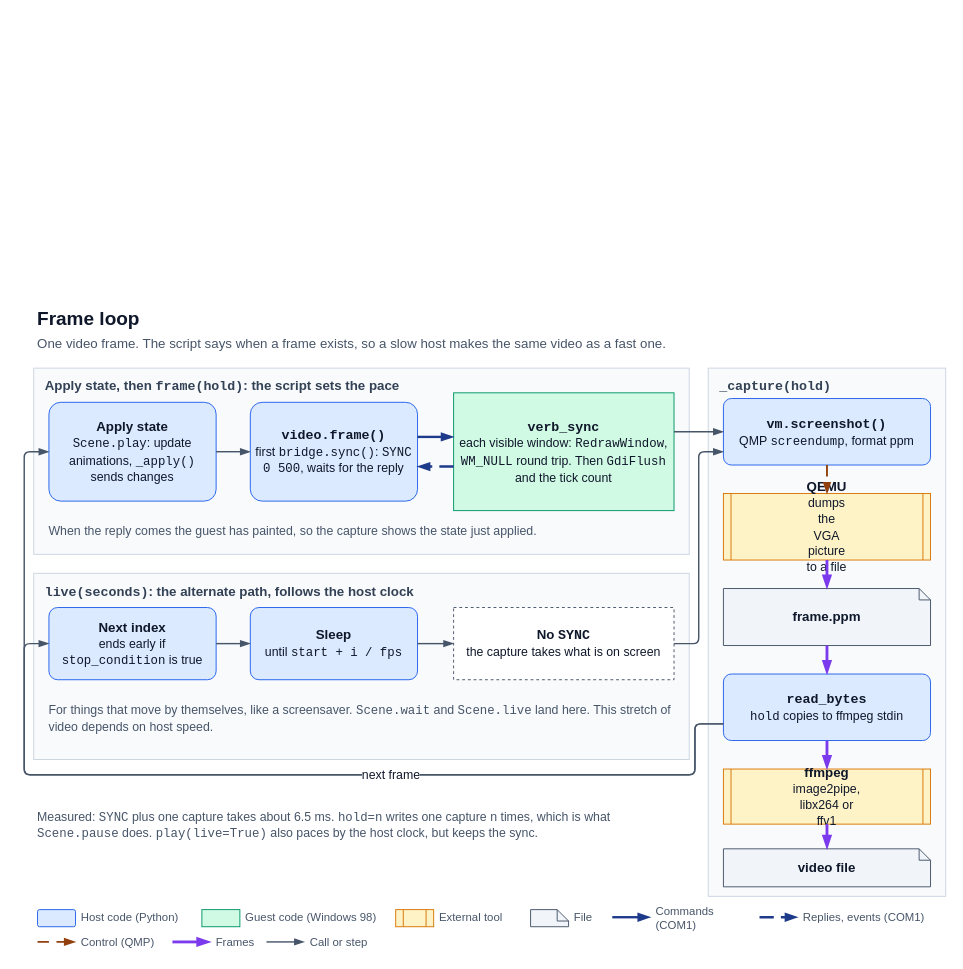
This is docs/diagrams/frame-loop.drawio from StanLukuvka/98artware, a draw.io file, before an edit. Source tidied: cells renumbered, new cells numbered last; positions are measured from the earlier drawing's top-left corner, leaving out a move shared by most shapes. Both pictures are drawn from the tidied source at 95%, with x=0, y=0 at pixel (24, 303).
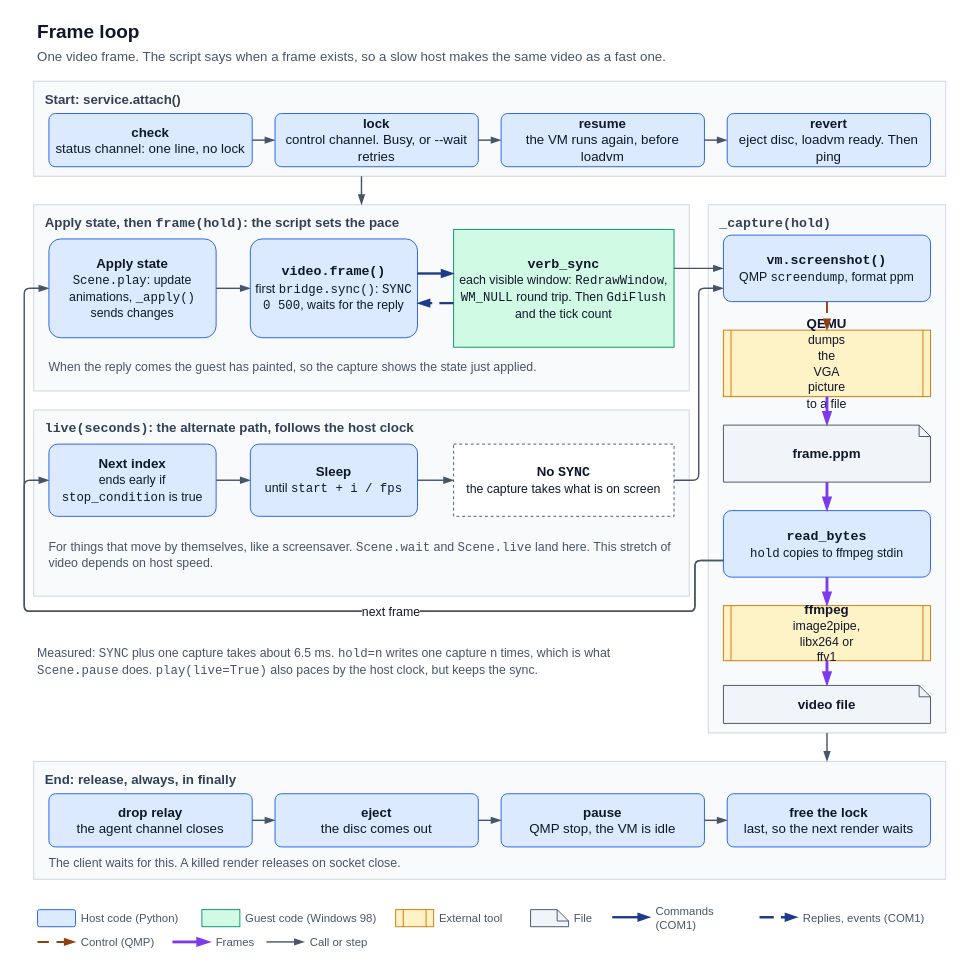
The same diagram, later.

Unchanged cells that the change refers to:
```xml
<mxCell id="5" value="&lt;b style=&quot;font-size:14px&quot;&gt;Apply state&lt;/b&gt;&lt;br&gt;&lt;span style=&quot;font-size:13px&quot;&gt;&lt;font face=&quot;Courier New&quot;&gt;Scene.play&lt;/font&gt;: update animations, &lt;font face=&quot;Courier New&quot;&gt;_apply()&lt;/font&gt; sends changes&lt;/span&gt;" style="rounded=1;arcSize=12;fillColor=#DBEAFE;strokeColor=#2563EB;whiteSpace=wrap;html=1;fontFamily=Helvetica;fontSize=14;fontColor=#0F172A;align=center;verticalAlign=middle;spacing=4;" parent="4" vertex="1">
  <mxGeometry x="16" y="36" width="176" height="104" as="geometry" />
</mxCell>
<mxCell id="13" value="&lt;b style=&quot;font-size:14px&quot;&gt;Next index&lt;/b&gt;&lt;br&gt;&lt;span style=&quot;font-size:13px&quot;&gt;ends early if &lt;font face=&quot;Courier New&quot;&gt;stop_condition&lt;/font&gt; is true&lt;/span&gt;" style="rounded=1;arcSize=12;fillColor=#DBEAFE;strokeColor=#2563EB;whiteSpace=wrap;html=1;fontFamily=Helvetica;fontSize=14;fontColor=#0F172A;align=center;verticalAlign=middle;spacing=4;" parent="12" vertex="1">
  <mxGeometry x="16" y="36" width="176" height="76" as="geometry" />
</mxCell>
<mxCell id="15" value="&lt;b style=&quot;font-size:14px&quot;&gt;No &lt;font face=&quot;Courier New&quot;&gt;SYNC&lt;/font&gt;&lt;/b&gt;&lt;br&gt;&lt;span style=&quot;font-size:13px&quot;&gt;the capture takes what is on screen&lt;/span&gt;" style="rounded=0;fillColor=#FFFFFF;strokeColor=#475569;dashed=1;whiteSpace=wrap;html=1;fontFamily=Helvetica;fontSize=14;fontColor=#0F172A;align=center;verticalAlign=middle;spacing=4;" parent="12" vertex="1">
  <mxGeometry x="442" y="36" width="232" height="76" as="geometry" />
</mxCell>
<mxCell id="20" value="&lt;b style=&quot;font-size:14px&quot;&gt;&lt;font face=&quot;Courier New&quot;&gt;vm.screenshot()&lt;/font&gt;&lt;/b&gt;&lt;br&gt;&lt;span style=&quot;font-size:13px&quot;&gt;QMP &lt;font face=&quot;Courier New&quot;&gt;screendump&lt;/font&gt;, format ppm&lt;/span&gt;" style="rounded=1;arcSize=12;fillColor=#DBEAFE;strokeColor=#2563EB;whiteSpace=wrap;html=1;fontFamily=Helvetica;fontSize=14;fontColor=#0F172A;align=center;verticalAlign=middle;spacing=4;" parent="19" vertex="1">
  <mxGeometry x="16" y="32" width="218" height="70" as="geometry" />
</mxCell>
<mxCell id="23" value="&lt;b style=&quot;font-size:14px&quot;&gt;&lt;font face=&quot;Courier New&quot;&gt;read_bytes&lt;/font&gt;&lt;/b&gt;&lt;br&gt;&lt;span style=&quot;font-size:13px&quot;&gt;&lt;font face=&quot;Courier New&quot;&gt;hold&lt;/font&gt; copies to ffmpeg stdin&lt;/span&gt;" style="rounded=1;arcSize=12;fillColor=#DBEAFE;strokeColor=#2563EB;whiteSpace=wrap;html=1;fontFamily=Helvetica;fontSize=14;fontColor=#0F172A;align=center;verticalAlign=middle;spacing=4;" parent="19" vertex="1">
  <mxGeometry x="16" y="322" width="218" height="70" as="geometry" />
</mxCell>
```

Change to the diagram source:
```diff
@@
     <mxCell id="2" value="&lt;b&gt;Frame loop&lt;/b&gt;" style="text;html=1;whiteSpace=wrap;strokeColor=none;fillColor=none;fontFamily=Helvetica;fontSize=20;fontColor=#0F172A;align=left;verticalAlign=middle;spacing=0;" parent="1" vertex="1">
-      <mxGeometry x="14" width="952" height="30" as="geometry" />
+      <mxGeometry x="14" y="-302" width="952" height="30" as="geometry" />
     </mxCell>
     <mxCell id="3" value="One video frame. The script says when a frame exists, so a slow host makes the same video as a fast one." style="text;html=1;whiteSpace=wrap;strokeColor=none;fillColor=none;fontFamily=Helvetica;fontSize=14;fontColor=#475569;align=left;verticalAlign=middle;spacing=0;" parent="1" vertex="1">
-      <mxGeometry x="14" y="30" width="952" height="24" as="geometry" />
+      <mxGeometry x="14" y="-272" width="952" height="24" as="geometry" />
     </mxCell>
     <mxCell id="4" value="Apply state, then &lt;font face=&quot;Courier New&quot;&gt;frame(hold)&lt;/font&gt;: the script sets the pace" style="fillColor=#F8FAFC;strokeColor=#CBD5E1;fontColor=#334155;rounded=0;whiteSpace=wrap;html=1;fontFamily=Helvetica;fontSize=14;fontStyle=1;align=left;verticalAlign=top;spacingLeft=10;spacingTop=4;" parent="1" vertex="1">
-      <mxGeometry x="10" y="68" width="690" height="196" as="geometry" />
+      <mxGeometry x="10" y="-104" width="690" height="196" as="geometry" />
     </mxCell>
@@
     <mxCell id="12" value="&lt;font face=&quot;Courier New&quot;&gt;live(seconds)&lt;/font&gt;: the alternate path, follows the host clock" style="fillColor=#F8FAFC;strokeColor=#CBD5E1;fontColor=#334155;rounded=0;whiteSpace=wrap;html=1;fontFamily=Helvetica;fontSize=14;fontStyle=1;align=left;verticalAlign=top;spacingLeft=10;spacingTop=4;" parent="1" vertex="1">
-      <mxGeometry x="10" y="284" width="690" height="196" as="geometry" />
+      <mxGeometry x="10" y="112" width="690" height="196" as="geometry" />
     </mxCell>
@@
     <mxCell id="19" value="&lt;font face=&quot;Courier New&quot;&gt;_capture(hold)&lt;/font&gt;" style="fillColor=#F8FAFC;strokeColor=#CBD5E1;fontColor=#334155;rounded=0;whiteSpace=wrap;html=1;fontFamily=Helvetica;fontSize=14;fontStyle=1;align=left;verticalAlign=top;spacingLeft=10;spacingTop=4;" parent="1" vertex="1">
-      <mxGeometry x="720" y="68" width="250" height="556" as="geometry" />
+      <mxGeometry x="720" y="-104" width="250" height="556" as="geometry" />
     </mxCell>
@@
     <mxCell id="32" style="html=1;fontFamily=Helvetica;fontSize=13;fontColor=#0F172A;strokeColor=#475569;strokeWidth=1.5;edgeStyle=orthogonalEdgeStyle;rounded=1;arcSize=12;labelBackgroundColor=#FFFFFF;endArrow=blockThin;endFill=1;endSize=7;exitX=1;exitY=0.5;exitDx=0;exitDy=0;entryX=0;entryY=0.8;entryDx=0;entryDy=0;" parent="1" edge="1" source="15" target="20">
       <mxGeometry relative="1" as="geometry">
         <Array as="points">
-          <mxPoint x="710" y="358" />
-          <mxPoint x="710" y="156" />
+          <mxPoint x="710" y="186" />
+          <mxPoint x="710" y="-16" />
         </Array>
       </mxGeometry>
     </mxCell>
     <mxCell id="33" style="html=1;fontFamily=Helvetica;fontSize=13;fontColor=#0F172A;strokeColor=#475569;strokeWidth=1.5;edgeStyle=orthogonalEdgeStyle;rounded=1;arcSize=12;labelBackgroundColor=#FFFFFF;endArrow=blockThin;endFill=1;endSize=7;exitX=0;exitY=0.75;exitDx=0;exitDy=0;entryX=0;entryY=0.5;entryDx=0;entryDy=0;" parent="1" edge="1" source="23" target="13">
       <mxGeometry relative="1" as="geometry">
         <Array as="points">
-          <mxPoint x="706" y="443" />
-          <mxPoint x="706" y="496" />
-          <mxPoint y="496" />
-          <mxPoint y="358" />
+          <mxPoint x="706" y="271" />
+          <mxPoint x="706" y="324" />
+          <mxPoint y="324" />
+          <mxPoint y="186" />
         </Array>
       </mxGeometry>
     </mxCell>
     <mxCell id="34" value="next frame" style="html=1;fontFamily=Helvetica;fontSize=13;fontColor=#0F172A;strokeColor=#475569;strokeWidth=1.5;edgeStyle=orthogonalEdgeStyle;rounded=1;arcSize=12;labelBackgroundColor=#FFFFFF;endArrow=blockThin;endFill=1;endSize=7;exitX=0;exitY=0.75;exitDx=0;exitDy=0;entryX=0;entryY=0.5;entryDx=0;entryDy=0;" parent="1" edge="1" source="23" target="5">
       <mxGeometry x="-0.3" relative="1" as="geometry">
         <Array as="points">
-          <mxPoint x="706" y="443" />
-          <mxPoint x="706" y="496" />
-          <mxPoint y="496" />
-          <mxPoint y="156" />
+          <mxPoint x="706" y="271" />
+          <mxPoint x="706" y="324" />
+          <mxPoint y="324" />
+          <mxPoint y="-16" />
         </Array>
       </mxGeometry>
     </mxCell>
     <mxCell id="35" value="Measured: &lt;font face=&quot;Courier New&quot;&gt;SYNC&lt;/font&gt; plus one capture takes about 6.5 ms. &lt;font face=&quot;Courier New&quot;&gt;hold=n&lt;/font&gt; writes one capture n times, which is what &lt;font face=&quot;Courier New&quot;&gt;Scene.pause&lt;/font&gt; does. &lt;font face=&quot;Courier New&quot;&gt;play(live=True)&lt;/font&gt; also paces by the host clock, but keeps the sync." style="text;html=1;whiteSpace=wrap;strokeColor=none;fillColor=none;fontFamily=Helvetica;fontSize=13;fontColor=#475569;align=left;verticalAlign=middle;spacing=0;" parent="1" vertex="1">
-      <mxGeometry x="14" y="514" width="680" height="70" as="geometry" />
+      <mxGeometry x="14" y="342" width="680" height="70" as="geometry" />
     </mxCell>
@@
+    <mxCell id="64" value="&lt;b&gt;Start: service.attach()&lt;/b&gt;" style="fillColor=#F8FAFC;strokeColor=#CBD5E1;fontColor=#334155;rounded=0;whiteSpace=wrap;html=1;fontFamily=Helvetica;fontSize=14;fontStyle=1;align=left;verticalAlign=top;spacingLeft=10;spacingTop=4;" parent="1" vertex="1">
+      <mxGeometry x="10" y="-234" width="960" height="100" as="geometry" />
+    </mxCell>
+    <mxCell id="65" value="&lt;b&gt;check&lt;/b&gt;&lt;br&gt;status channel: one line, no lock" style="rounded=1;arcSize=12;fillColor=#DBEAFE;strokeColor=#2563EB;whiteSpace=wrap;html=1;fontFamily=Helvetica;fontSize=14;fontColor=#0F172A;align=center;verticalAlign=middle;spacing=4;" parent="64" vertex="1">
+      <mxGeometry x="16" y="34" width="214" height="56" as="geometry" />
+    </mxCell>
+    <mxCell id="66" value="&lt;b&gt;lock&lt;/b&gt;&lt;br&gt;control channel. Busy, or --wait retries" style="rounded=1;arcSize=12;fillColor=#DBEAFE;strokeColor=#2563EB;whiteSpace=wrap;html=1;fontFamily=Helvetica;fontSize=14;fontColor=#0F172A;align=center;verticalAlign=middle;spacing=4;" parent="64" vertex="1">
+      <mxGeometry x="254" y="34" width="214" height="56" as="geometry" />
+    </mxCell>
+    <mxCell id="67" value="&lt;b&gt;resume&lt;/b&gt;&lt;br&gt;the VM runs again, before loadvm" style="rounded=1;arcSize=12;fillColor=#DBEAFE;strokeColor=#2563EB;whiteSpace=wrap;html=1;fontFamily=Helvetica;fontSize=14;fontColor=#0F172A;align=center;verticalAlign=middle;spacing=4;" parent="64" vertex="1">
+      <mxGeometry x="492" y="34" width="214" height="56" as="geometry" />
+    </mxCell>
+    <mxCell id="68" value="&lt;b&gt;revert&lt;/b&gt;&lt;br&gt;eject disc, loadvm ready. Then ping" style="rounded=1;arcSize=12;fillColor=#DBEAFE;strokeColor=#2563EB;whiteSpace=wrap;html=1;fontFamily=Helvetica;fontSize=14;fontColor=#0F172A;align=center;verticalAlign=middle;spacing=4;" parent="64" vertex="1">
+      <mxGeometry x="730" y="34" width="214" height="56" as="geometry" />
+    </mxCell>
+    <mxCell id="69" style="html=1;fontFamily=Helvetica;fontSize=13;fontColor=#0F172A;strokeColor=#475569;strokeWidth=1.5;rounded=0;labelBackgroundColor=#FFFFFF;endArrow=blockThin;endFill=1;endSize=7;exitX=1;exitY=0.5;exitDx=0;exitDy=0;entryX=0;entryY=0.5;entryDx=0;entryDy=0;" parent="64" edge="1" source="65" target="66">
+      <mxGeometry relative="1" as="geometry" />
+    </mxCell>
+    <mxCell id="70" style="html=1;fontFamily=Helvetica;fontSize=13;fontColor=#0F172A;strokeColor=#475569;strokeWidth=1.5;rounded=0;labelBackgroundColor=#FFFFFF;endArrow=blockThin;endFill=1;endSize=7;exitX=1;exitY=0.5;exitDx=0;exitDy=0;entryX=0;entryY=0.5;entryDx=0;entryDy=0;" parent="64" edge="1" source="66" target="67">
+      <mxGeometry relative="1" as="geometry" />
+    </mxCell>
+    <mxCell id="71" style="html=1;fontFamily=Helvetica;fontSize=13;fontColor=#0F172A;strokeColor=#475569;strokeWidth=1.5;rounded=0;labelBackgroundColor=#FFFFFF;endArrow=blockThin;endFill=1;endSize=7;exitX=1;exitY=0.5;exitDx=0;exitDy=0;entryX=0;entryY=0.5;entryDx=0;entryDy=0;" parent="64" edge="1" source="67" target="68">
+      <mxGeometry relative="1" as="geometry" />
+    </mxCell>
+    <mxCell id="72" value="&lt;b&gt;End: release, always, in finally&lt;/b&gt;" style="fillColor=#F8FAFC;strokeColor=#CBD5E1;fontColor=#334155;rounded=0;whiteSpace=wrap;html=1;fontFamily=Helvetica;fontSize=14;fontStyle=1;align=left;verticalAlign=top;spacingLeft=10;spacingTop=4;" parent="1" vertex="1">
+      <mxGeometry x="10" y="482" width="960" height="124" as="geometry" />
+    </mxCell>
+    <mxCell id="73" value="&lt;b&gt;drop relay&lt;/b&gt;&lt;br&gt;the agent channel closes" style="rounded=1;arcSize=12;fillColor=#DBEAFE;strokeColor=#2563EB;whiteSpace=wrap;html=1;fontFamily=Helvetica;fontSize=14;fontColor=#0F172A;align=center;verticalAlign=middle;spacing=4;" parent="72" vertex="1">
+      <mxGeometry x="16" y="34" width="214" height="56" as="geometry" />
+    </mxCell>
+    <mxCell id="74" value="&lt;b&gt;eject&lt;/b&gt;&lt;br&gt;the disc comes out" style="rounded=1;arcSize=12;fillColor=#DBEAFE;strokeColor=#2563EB;whiteSpace=wrap;html=1;fontFamily=Helvetica;fontSize=14;fontColor=#0F172A;align=center;verticalAlign=middle;spacing=4;" parent="72" vertex="1">
+      <mxGeometry x="254" y="34" width="214" height="56" as="geometry" />
+    </mxCell>
+    <mxCell id="75" value="&lt;b&gt;pause&lt;/b&gt;&lt;br&gt;QMP stop, the VM is idle" style="rounded=1;arcSize=12;fillColor=#DBEAFE;strokeColor=#2563EB;whiteSpace=wrap;html=1;fontFamily=Helvetica;fontSize=14;fontColor=#0F172A;align=center;verticalAlign=middle;spacing=4;" parent="72" vertex="1">
+      <mxGeometry x="492" y="34" width="214" height="56" as="geometry" />
+    </mxCell>
+    <mxCell id="76" value="&lt;b&gt;free the lock&lt;/b&gt;&lt;br&gt;last, so the next render waits" style="rounded=1;arcSize=12;fillColor=#DBEAFE;strokeColor=#2563EB;whiteSpace=wrap;html=1;fontFamily=Helvetica;fontSize=14;fontColor=#0F172A;align=center;verticalAlign=middle;spacing=4;" parent="72" vertex="1">
+      <mxGeometry x="730" y="34" width="214" height="56" as="geometry" />
+    </mxCell>
+    <mxCell id="77" style="html=1;fontFamily=Helvetica;fontSize=13;fontColor=#0F172A;strokeColor=#475569;strokeWidth=1.5;rounded=0;labelBackgroundColor=#FFFFFF;endArrow=blockThin;endFill=1;endSize=7;exitX=1;exitY=0.5;exitDx=0;exitDy=0;entryX=0;entryY=0.5;entryDx=0;entryDy=0;" parent="72" edge="1" source="73" target="74">
+      <mxGeometry relative="1" as="geometry" />
+    </mxCell>
+    <mxCell id="78" style="html=1;fontFamily=Helvetica;fontSize=13;fontColor=#0F172A;strokeColor=#475569;strokeWidth=1.5;rounded=0;labelBackgroundColor=#FFFFFF;endArrow=blockThin;endFill=1;endSize=7;exitX=1;exitY=0.5;exitDx=0;exitDy=0;entryX=0;entryY=0.5;entryDx=0;entryDy=0;" parent="72" edge="1" source="74" target="75">
+      <mxGeometry relative="1" as="geometry" />
+    </mxCell>
+    <mxCell id="79" style="html=1;fontFamily=Helvetica;fontSize=13;fontColor=#0F172A;strokeColor=#475569;strokeWidth=1.5;rounded=0;labelBackgroundColor=#FFFFFF;endArrow=blockThin;endFill=1;endSize=7;exitX=1;exitY=0.5;exitDx=0;exitDy=0;entryX=0;entryY=0.5;entryDx=0;entryDy=0;" parent="72" edge="1" source="75" target="76">
+      <mxGeometry relative="1" as="geometry" />
+    </mxCell>
+    <mxCell id="80" value="The client waits for this. A killed render releases on socket close." style="text;html=1;whiteSpace=wrap;strokeColor=none;fillColor=none;fontFamily=Helvetica;fontSize=13;fontColor=#475569;align=left;verticalAlign=middle;spacing=0;" parent="72" vertex="1">
+      <mxGeometry x="16" y="96" width="928" height="22" as="geometry" />
+    </mxCell>
+    <mxCell id="81" style="html=1;fontFamily=Helvetica;fontSize=13;fontColor=#0F172A;strokeColor=#475569;strokeWidth=1.5;edgeStyle=orthogonalEdgeStyle;rounded=1;arcSize=12;labelBackgroundColor=#FFFFFF;endArrow=blockThin;endFill=1;endSize=7;exitX=0.3594;exitY=1;exitDx=0;exitDy=0;entryX=0.5;entryY=0;entryDx=0;entryDy=0;" parent="1" edge="1" source="64" target="4">
+      <mxGeometry relative="1" as="geometry" />
+    </mxCell>
+    <mxCell id="82" style="html=1;fontFamily=Helvetica;fontSize=13;fontColor=#0F172A;strokeColor=#475569;strokeWidth=1.5;edgeStyle=orthogonalEdgeStyle;rounded=1;arcSize=12;labelBackgroundColor=#FFFFFF;endArrow=blockThin;endFill=1;endSize=7;exitX=0.5;exitY=1;exitDx=0;exitDy=0;entryX=0.8698;entryY=0;entryDx=0;entryDy=0;" parent="1" edge="1" source="19" target="72">
+      <mxGeometry relative="1" as="geometry" />
+    </mxCell>
```
